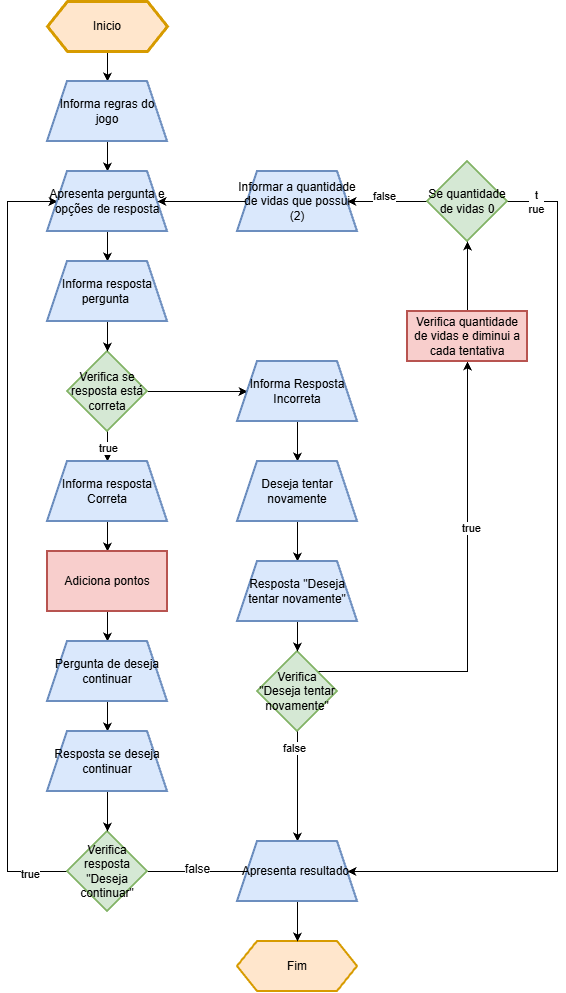
Above: ABPJ2.drawio.png in danrley0595/ABPJ2-JOGO_LOGICO (draw.io), before the change. Source tidied: cells renumbered, new cells last; positions are measured from the earlier drawing's top-left corner, leaving out a move shared by most shapes. Source of this version:
```xml
<mxGraphModel>
  <root>
    <mxCell id="0" />
    <mxCell id="1" parent="0" />
    <mxCell id="2" style="edgeStyle=orthogonalEdgeStyle;rounded=0;jettySize=auto;html=1;" parent="1" edge="1" source="3">
      <mxGeometry relative="1" as="geometry">
        <mxPoint x="100" y="80" as="targetPoint" />
      </mxGeometry>
    </mxCell>
    <mxCell id="3" value="Inicio" style="shape=hexagon;perimeter=hexagonPerimeter2;whiteSpace=wrap;html=1;fixedSize=1;fillColor=#ffe6cc;strokeColor=#d79b00;strokeWidth=3;" parent="1" vertex="1">
      <mxGeometry x="40" width="120" height="50" as="geometry" />
    </mxCell>
    <mxCell id="4" style="edgeStyle=orthogonalEdgeStyle;rounded=0;jettySize=auto;html=1;" parent="1" edge="1" source="7">
      <mxGeometry relative="1" as="geometry">
        <mxPoint x="100" y="460" as="targetPoint" />
      </mxGeometry>
    </mxCell>
    <mxCell id="5" value="true" style="edgeLabel;html=1;align=center;verticalAlign=middle;" parent="4" vertex="1">
      <mxGeometry x="-0.04" relative="1" as="geometry" />
    </mxCell>
    <mxCell id="6" style="edgeStyle=orthogonalEdgeStyle;rounded=0;jettySize=auto;html=1;" parent="1" edge="1" source="7" target="40">
      <mxGeometry relative="1" as="geometry" />
    </mxCell>
    <mxCell id="7" value="Verifica se resposta está correta" style="rhombus;whiteSpace=wrap;html=1;strokeWidth=2;fillColor=#d5e8d4;strokeColor=#82b366;" parent="1" vertex="1">
      <mxGeometry x="60" y="350" width="80" height="80" as="geometry" />
    </mxCell>
    <mxCell id="8" style="edgeStyle=orthogonalEdgeStyle;rounded=0;orthogonalLoop=1;jettySize=auto;html=1;" parent="1" edge="1">
      <mxGeometry relative="1" as="geometry">
        <mxPoint x="100" y="520" as="sourcePoint" />
        <mxPoint x="100" y="550" as="targetPoint" />
      </mxGeometry>
    </mxCell>
    <mxCell id="9" style="edgeStyle=orthogonalEdgeStyle;rounded=0;jettySize=auto;html=1;" parent="1" edge="1" source="11" target="17">
      <mxGeometry relative="1" as="geometry">
        <Array as="points">
          <mxPoint x="460" y="670" />
        </Array>
      </mxGeometry>
    </mxCell>
    <mxCell id="10" value="true" style="edgeLabel;html=1;align=center;verticalAlign=middle;" parent="9" vertex="1">
      <mxGeometry x="0.28" y="-3" relative="1" as="geometry" />
    </mxCell>
    <mxCell id="11" value="Verifica &quot;Deseja tentar novamente&quot;" style="rhombus;whiteSpace=wrap;html=1;fillColor=#d5e8d4;strokeColor=#82b366;strokeWidth=2;" parent="1" vertex="1">
      <mxGeometry x="250" y="650" width="80" height="80" as="geometry" />
    </mxCell>
    <mxCell id="12" value="Fim" style="shape=hexagon;perimeter=hexagonPerimeter2;whiteSpace=wrap;html=1;fixedSize=1;fillColor=#ffe6cc;strokeColor=#d79b00;strokeWidth=2;" parent="1" vertex="1">
      <mxGeometry x="230" y="940" width="120" height="50" as="geometry" />
    </mxCell>
    <mxCell id="13" style="edgeStyle=orthogonalEdgeStyle;rounded=0;jettySize=auto;html=1;" parent="1" edge="1" target="7">
      <mxGeometry relative="1" as="geometry">
        <mxPoint x="100" y="320" as="sourcePoint" />
      </mxGeometry>
    </mxCell>
    <mxCell id="14" style="edgeStyle=orthogonalEdgeStyle;rounded=0;orthogonalLoop=1;jettySize=auto;html=1;" parent="1" edge="1">
      <mxGeometry relative="1" as="geometry">
        <mxPoint x="100" y="140" as="sourcePoint" />
        <mxPoint x="100" y="170" as="targetPoint" />
      </mxGeometry>
    </mxCell>
    <mxCell id="15" style="edgeStyle=orthogonalEdgeStyle;rounded=0;orthogonalLoop=1;jettySize=auto;html=1;" parent="1" edge="1">
      <mxGeometry relative="1" as="geometry">
        <mxPoint x="100" y="230" as="sourcePoint" />
        <mxPoint x="100" y="260" as="targetPoint" />
      </mxGeometry>
    </mxCell>
    <mxCell id="16" style="edgeStyle=orthogonalEdgeStyle;rounded=0;jettySize=auto;html=1;" parent="1" edge="1" source="17" target="29">
      <mxGeometry relative="1" as="geometry" />
    </mxCell>
    <mxCell id="17" value="Verifica quantidade de vidas e diminui a cada tentativa" style="rounded=0;whiteSpace=wrap;html=1;fillColor=#f8cecc;strokeColor=#b85450;strokeWidth=2;" parent="1" vertex="1">
      <mxGeometry x="400" y="310" width="120" height="50" as="geometry" />
    </mxCell>
    <mxCell id="18" style="edgeStyle=orthogonalEdgeStyle;rounded=0;orthogonalLoop=1;jettySize=auto;html=1;" parent="1" edge="1">
      <mxGeometry relative="1" as="geometry">
        <mxPoint x="100" y="610" as="sourcePoint" />
        <mxPoint x="100" y="640" as="targetPoint" />
      </mxGeometry>
    </mxCell>
    <mxCell id="19" style="edgeStyle=orthogonalEdgeStyle;rounded=0;orthogonalLoop=1;jettySize=auto;html=1;" parent="1" edge="1">
      <mxGeometry relative="1" as="geometry">
        <mxPoint x="100" y="700" as="sourcePoint" />
        <mxPoint x="100" y="730" as="targetPoint" />
      </mxGeometry>
    </mxCell>
    <mxCell id="20" style="edgeStyle=orthogonalEdgeStyle;rounded=0;jettySize=auto;html=1;" parent="1" edge="1" source="24" target="46">
      <mxGeometry relative="1" as="geometry">
        <Array as="points">
          <mxPoint y="870" />
          <mxPoint y="200" />
        </Array>
      </mxGeometry>
    </mxCell>
    <mxCell id="21" value="true" style="edgeLabel;html=1;align=center;verticalAlign=middle;" parent="20" vertex="1">
      <mxGeometry x="-0.9" y="2" relative="1" as="geometry" />
    </mxCell>
    <mxCell id="22" style="edgeStyle=orthogonalEdgeStyle;rounded=0;jettySize=auto;html=1;entryX=0;entryY=0.5;entryDx=0;entryDy=0;fontFamily=Helvetica;fontSize=12;fontColor=default;" parent="1" edge="1" source="24">
      <mxGeometry relative="1" as="geometry">
        <mxPoint x="260" y="870" as="targetPoint" />
      </mxGeometry>
    </mxCell>
    <mxCell id="23" value="false" style="edgeLabel;html=1;align=center;verticalAlign=middle;rounded=0;strokeColor=default;fontFamily=Helvetica;fontSize=12;fontColor=default;fillColor=default;" parent="22" vertex="1">
      <mxGeometry x="-0.18" y="3" relative="1" as="geometry" />
    </mxCell>
    <mxCell id="24" value="Verifica resposta &quot;Deseja continuar&quot;" style="rhombus;whiteSpace=wrap;html=1;fillColor=#d5e8d4;strokeColor=#82b366;strokeWidth=2;" parent="1" vertex="1">
      <mxGeometry x="60" y="830" width="80" height="80" as="geometry" />
    </mxCell>
    <mxCell id="25" style="edgeStyle=orthogonalEdgeStyle;rounded=0;jettySize=auto;html=1;entryX=1;entryY=0.5;entryDx=0;entryDy=0;" parent="1" edge="1" source="29" target="38">
      <mxGeometry relative="1" as="geometry">
        <Array as="points">
          <mxPoint x="550" y="200" />
          <mxPoint x="550" y="870" />
        </Array>
      </mxGeometry>
    </mxCell>
    <mxCell id="26" value="t&lt;div&gt;rue&lt;/div&gt;" style="edgeLabel;html=1;align=center;verticalAlign=middle;" parent="25" vertex="1">
      <mxGeometry x="-0.94" relative="1" as="geometry" />
    </mxCell>
    <mxCell id="27" style="edgeStyle=orthogonalEdgeStyle;rounded=0;jettySize=auto;html=1;" parent="1" edge="1" source="29" target="48">
      <mxGeometry relative="1" as="geometry" />
    </mxCell>
    <mxCell id="28" value="false&lt;div&gt;&lt;br&gt;&lt;/div&gt;" style="edgeLabel;html=1;align=center;verticalAlign=middle;" parent="27" vertex="1">
      <mxGeometry x="0.09" y="1" relative="1" as="geometry" />
    </mxCell>
    <mxCell id="29" value="Se quantidade de vidas 0" style="rhombus;whiteSpace=wrap;html=1;fillColor=#d5e8d4;strokeColor=#82b366;strokeWidth=2;" parent="1" vertex="1">
      <mxGeometry x="420" y="160" width="80" height="80" as="geometry" />
    </mxCell>
    <mxCell id="30" style="edgeStyle=orthogonalEdgeStyle;rounded=0;jettySize=auto;html=1;" parent="1" edge="1" target="24">
      <mxGeometry relative="1" as="geometry">
        <mxPoint x="100" y="790" as="sourcePoint" />
        <Array as="points">
          <mxPoint x="100" y="910" />
        </Array>
      </mxGeometry>
    </mxCell>
    <mxCell id="31" style="edgeStyle=orthogonalEdgeStyle;rounded=0;jettySize=auto;html=1;entryX=0.5;entryY=0;entryDx=0;entryDy=0;" parent="1" edge="1" source="11" target="38">
      <mxGeometry relative="1" as="geometry" />
    </mxCell>
    <mxCell id="32" value="false" style="edgeLabel;html=1;align=center;verticalAlign=middle;" parent="31" vertex="1">
      <mxGeometry x="-0.7" y="-4" relative="1" as="geometry" />
    </mxCell>
    <mxCell id="33" value="Adiciona pontos" style="rounded=0;whiteSpace=wrap;html=1;strokeWidth=2;fillColor=#f8cecc;strokeColor=#b85450;" parent="1" vertex="1">
      <mxGeometry x="40" y="550" width="120" height="60" as="geometry" />
    </mxCell>
    <mxCell id="34" value="Pergunta de deseja continuar" style="shape=trapezoid;perimeter=trapezoidPerimeter;whiteSpace=wrap;html=1;fixedSize=1;fillColor=#dae8fc;strokeColor=#6c8ebf;strokeWidth=2;" parent="1" vertex="1">
      <mxGeometry x="40" y="640" width="120" height="60" as="geometry" />
    </mxCell>
    <mxCell id="35" value="Resposta se deseja continuar" style="shape=trapezoid;perimeter=trapezoidPerimeter;whiteSpace=wrap;html=1;fixedSize=1;strokeWidth=2;fillColor=#dae8fc;strokeColor=#6c8ebf;" parent="1" vertex="1">
      <mxGeometry x="40" y="730" width="120" height="60" as="geometry" />
    </mxCell>
    <mxCell id="36" value="Informa resposta Correta" style="shape=trapezoid;perimeter=trapezoidPerimeter;whiteSpace=wrap;html=1;fixedSize=1;fillColor=#dae8fc;strokeColor=#6c8ebf;strokeWidth=2;" parent="1" vertex="1">
      <mxGeometry x="40" y="460" width="120" height="60" as="geometry" />
    </mxCell>
    <mxCell id="37" style="edgeStyle=orthogonalEdgeStyle;rounded=0;jettySize=auto;html=1;" parent="1" edge="1" source="38" target="12">
      <mxGeometry relative="1" as="geometry" />
    </mxCell>
    <mxCell id="38" value="Apresenta resultado&amp;nbsp;" style="shape=trapezoid;perimeter=trapezoidPerimeter;whiteSpace=wrap;html=1;fixedSize=1;fillColor=#dae8fc;strokeColor=#6c8ebf;strokeWidth=2;" parent="1" vertex="1">
      <mxGeometry x="230" y="840" width="120" height="60" as="geometry" />
    </mxCell>
    <mxCell id="39" style="edgeStyle=orthogonalEdgeStyle;rounded=0;jettySize=auto;html=1;" parent="1" edge="1" source="40" target="42">
      <mxGeometry relative="1" as="geometry" />
    </mxCell>
    <mxCell id="40" value="Informa Resposta Incorreta" style="shape=trapezoid;perimeter=trapezoidPerimeter;whiteSpace=wrap;html=1;fixedSize=1;fillColor=#dae8fc;strokeColor=#6c8ebf;strokeWidth=2;" parent="1" vertex="1">
      <mxGeometry x="230" y="360" width="120" height="60" as="geometry" />
    </mxCell>
    <mxCell id="41" style="edgeStyle=orthogonalEdgeStyle;rounded=0;jettySize=auto;html=1;" parent="1" edge="1" source="42" target="44">
      <mxGeometry relative="1" as="geometry" />
    </mxCell>
    <mxCell id="42" value="Deseja tentar novamente" style="shape=trapezoid;perimeter=trapezoidPerimeter;whiteSpace=wrap;html=1;fixedSize=1;fillColor=#dae8fc;strokeColor=#6c8ebf;strokeWidth=2;" parent="1" vertex="1">
      <mxGeometry x="230" y="460" width="120" height="60" as="geometry" />
    </mxCell>
    <mxCell id="43" style="edgeStyle=orthogonalEdgeStyle;rounded=0;jettySize=auto;html=1;" parent="1" edge="1" source="44" target="11">
      <mxGeometry relative="1" as="geometry" />
    </mxCell>
    <mxCell id="44" value="Resposta &quot;Deseja tentar novamente&quot;" style="shape=trapezoid;perimeter=trapezoidPerimeter;whiteSpace=wrap;html=1;fixedSize=1;strokeWidth=2;fillColor=#dae8fc;strokeColor=#6c8ebf;" parent="1" vertex="1">
      <mxGeometry x="230" y="560" width="120" height="60" as="geometry" />
    </mxCell>
    <mxCell id="45" value="Informa regras do jogo" style="shape=trapezoid;perimeter=trapezoidPerimeter;whiteSpace=wrap;html=1;fixedSize=1;fillColor=#dae8fc;strokeColor=#6c8ebf;strokeWidth=2;" parent="1" vertex="1">
      <mxGeometry x="40" y="80" width="120" height="60" as="geometry" />
    </mxCell>
    <mxCell id="46" value="Apresenta pergunta e opções de resposta" style="shape=trapezoid;perimeter=trapezoidPerimeter;whiteSpace=wrap;html=1;fixedSize=1;fillColor=#dae8fc;strokeColor=#6c8ebf;strokeWidth=2;" parent="1" vertex="1">
      <mxGeometry x="40" y="170" width="120" height="60" as="geometry" />
    </mxCell>
    <mxCell id="47" style="edgeStyle=orthogonalEdgeStyle;rounded=0;jettySize=auto;html=1;" parent="1" edge="1" source="48" target="46">
      <mxGeometry relative="1" as="geometry" />
    </mxCell>
    <mxCell id="48" value="Informar a quantidade de vidas que possui (2)" style="shape=trapezoid;perimeter=trapezoidPerimeter;whiteSpace=wrap;html=1;fixedSize=1;fillColor=#dae8fc;strokeColor=#6c8ebf;strokeWidth=2;" parent="1" vertex="1">
      <mxGeometry x="230" y="170" width="120" height="60" as="geometry" />
    </mxCell>
    <mxCell id="49" value="Informa resposta pergunta&amp;nbsp;" style="shape=trapezoid;perimeter=trapezoidPerimeter;whiteSpace=wrap;html=1;fixedSize=1;fillColor=#dae8fc;strokeColor=#6c8ebf;strokeWidth=2;" parent="1" vertex="1">
      <mxGeometry x="40" y="260" width="120" height="60" as="geometry" />
    </mxCell>
  </root>
</mxGraphModel>
```
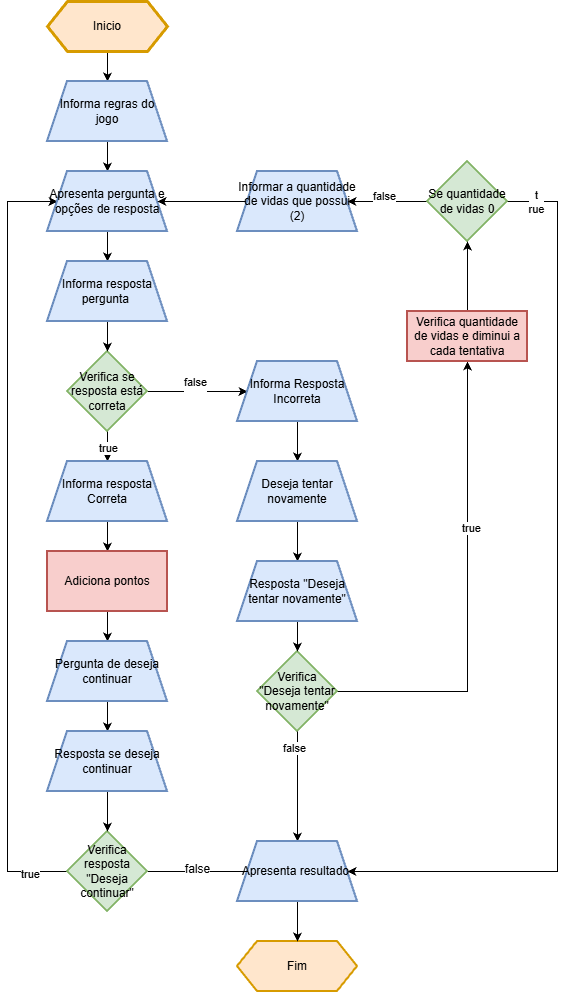
Later version of the same file.

What changed in the source:
```diff
@@ -21,6 +21,9 @@
     <mxCell id="6" style="edgeStyle=orthogonalEdgeStyle;rounded=0;jettySize=auto;html=1;" parent="1" edge="1" source="7" target="40">
       <mxGeometry relative="1" as="geometry" />
     </mxCell>
+    <mxCell id="50" value="false&lt;div&gt;&lt;br&gt;&lt;/div&gt;" style="edgeLabel;html=1;align=center;verticalAlign=middle;" parent="6" vertex="1">
+      <mxGeometry x="-0.05" y="3" relative="1" as="geometry" />
+    </mxCell>
     <mxCell id="7" value="Verifica se resposta está correta" style="rhombus;whiteSpace=wrap;html=1;strokeWidth=2;fillColor=#d5e8d4;strokeColor=#82b366;" parent="1" vertex="1">
       <mxGeometry x="60" y="350" width="80" height="80" as="geometry" />
     </mxCell>
@@ -33,7 +36,7 @@
     <mxCell id="9" style="edgeStyle=orthogonalEdgeStyle;rounded=0;jettySize=auto;html=1;" parent="1" edge="1" source="11" target="17">
       <mxGeometry relative="1" as="geometry">
         <Array as="points">
-          <mxPoint x="460" y="670" />
+          <mxPoint x="460" y="690" />
         </Array>
       </mxGeometry>
     </mxCell>
```
